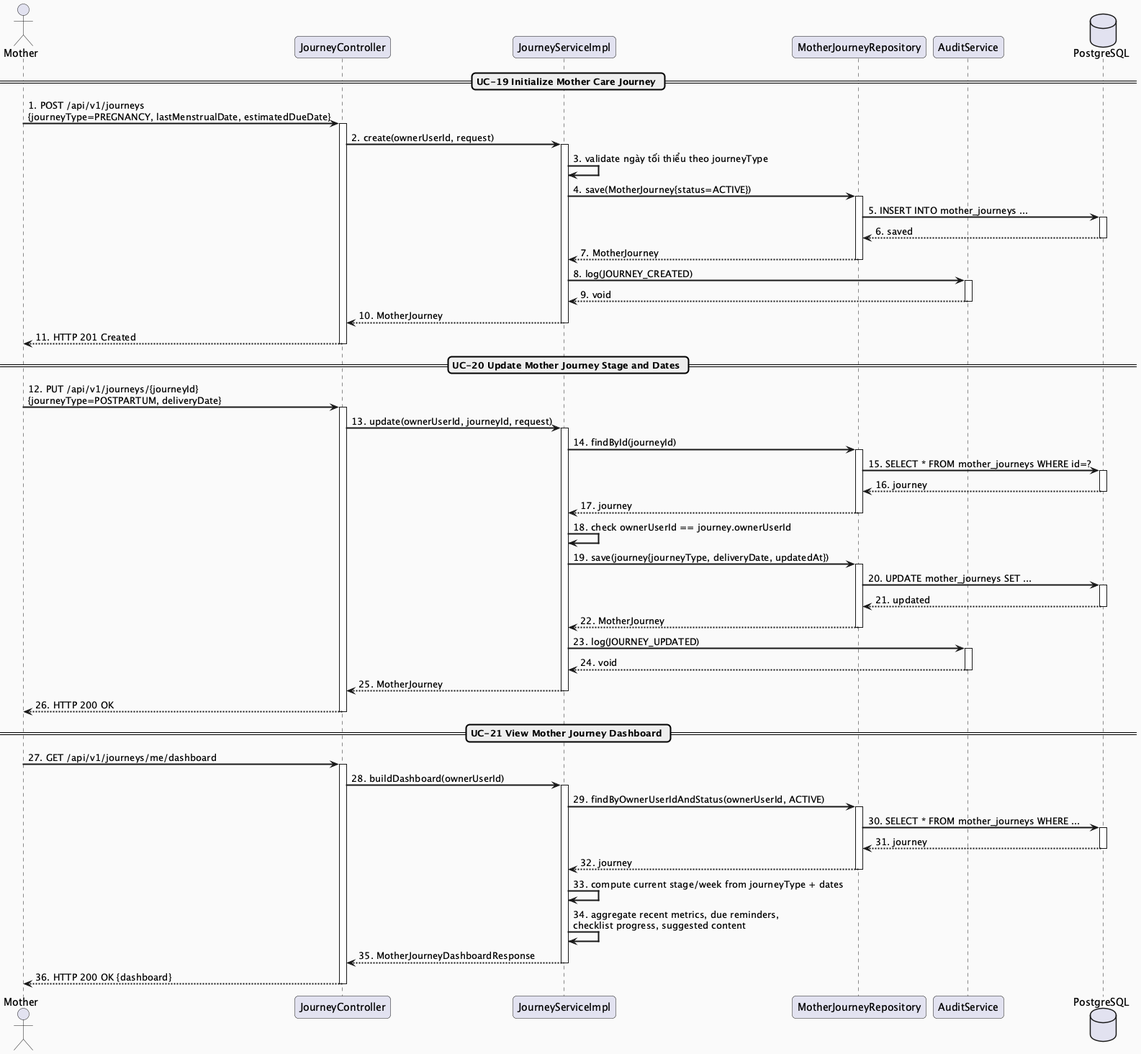
This is docs/Detailed_Design/MF02_Mother_Care_Journey/images/MF02_01_JourneyLifecycle_SequenceDiagram.png from ChuongBDHE172784/CareBridge_SEP490_G79, a PlantUML export, as it was before one commit.
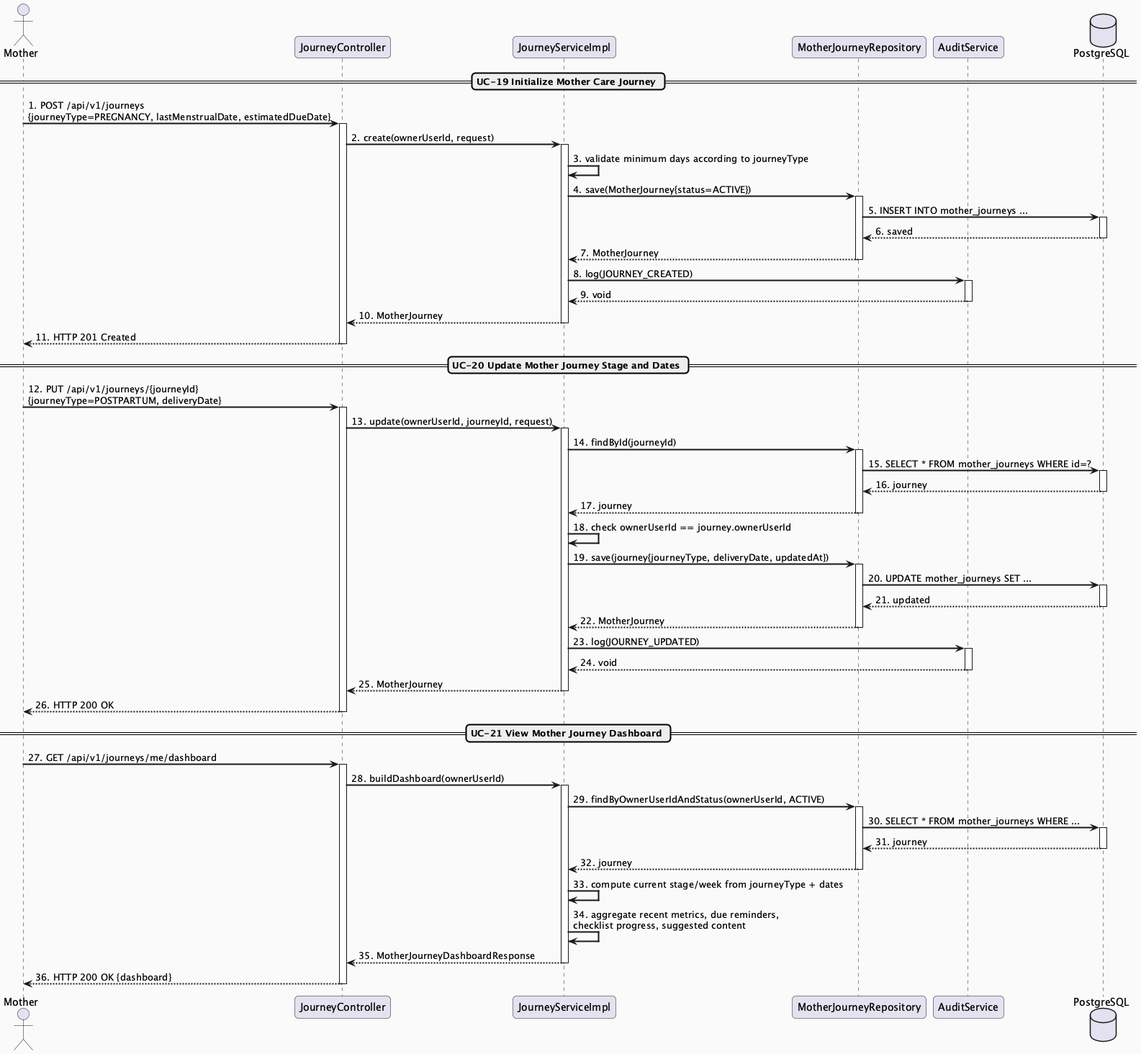
After the commit.

Change to the diagram source:
```diff
@@ -15,7 +15,7 @@
 activate Controller
 Controller -> Service : 2. create(ownerUserId, request)
 activate Service
-Service -> Service : 3. validate ngày tối thiểu theo journeyType
+Service -> Service : 3. validate minimum days according to journeyType
 Service -> Repo : 4. save(MotherJourney{status=ACTIVE})
 activate Repo
 Repo -> DB : 5. INSERT INTO mother_journeys ...
```
